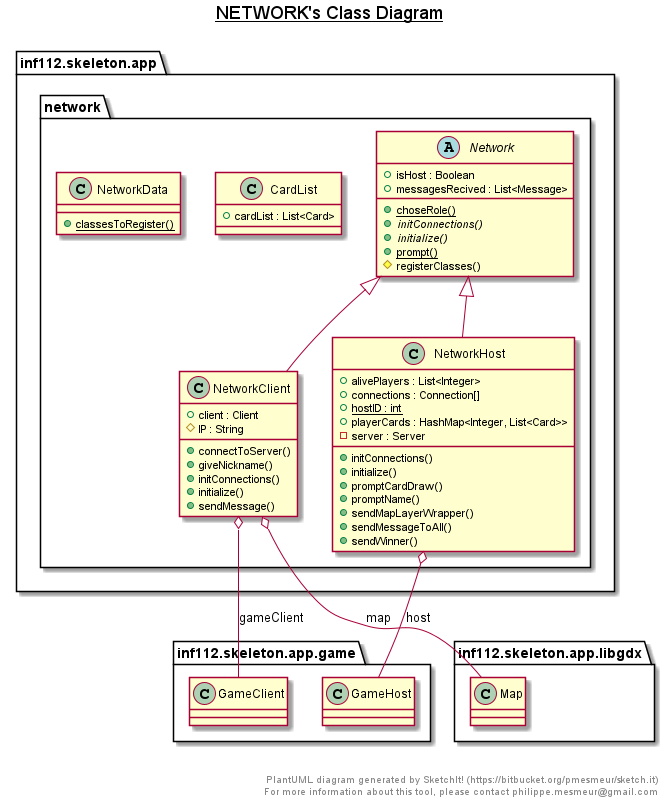
Earlier version of the PlantUML export Structure/Class diagrams/network.png (inf112-v21/Snokarane).
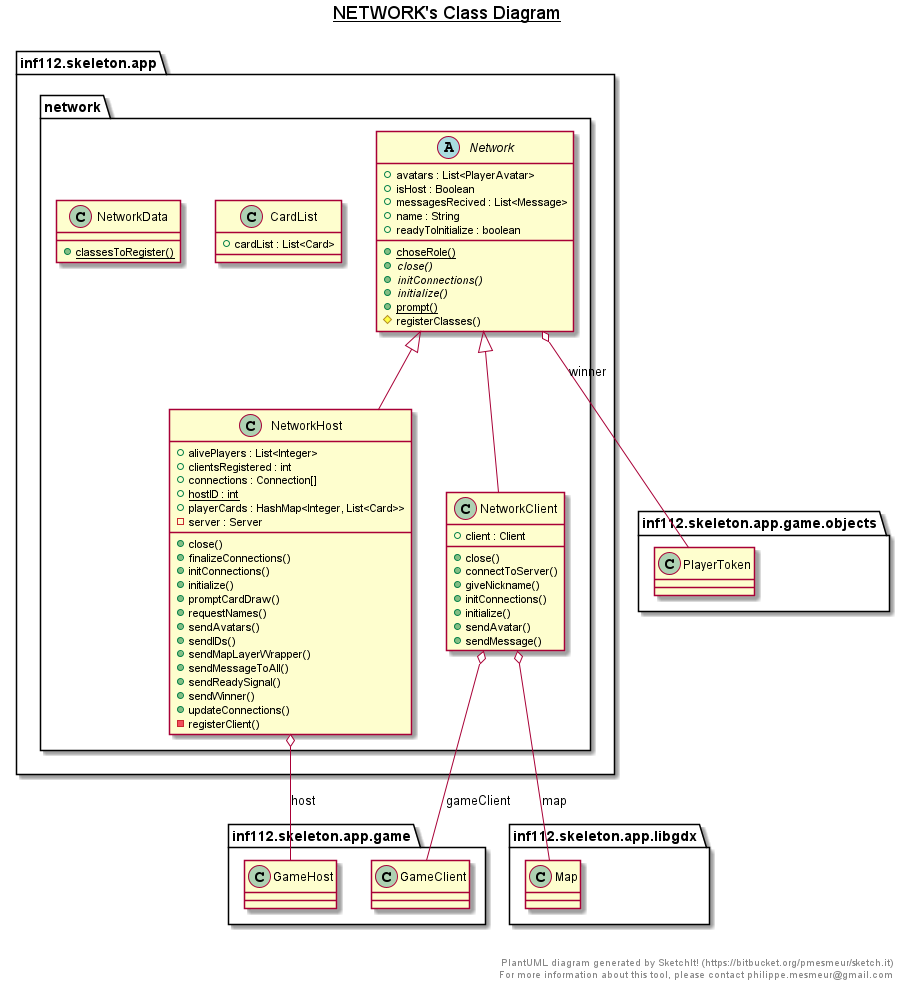
Later version of the same file.

Diff of the diagram source:
```diff
@@ -14,9 +14,13 @@
   namespace inf112.skeleton.app {
     namespace network {
       abstract class inf112.skeleton.app.network.Network {
+          + avatars : List<PlayerAvatar>
           + isHost : Boolean
           + messagesRecived : List<Message>
+          + name : String
+          + readyToInitialize : boolean
           {static} + choseRole()
+          {abstract} + close()
           {abstract} + initConnections()
           {abstract} + initialize()
           {static} + prompt()
@@ -30,11 +34,12 @@
     namespace network {
       class inf112.skeleton.app.network.NetworkClient {
           + client : Client
-          # IP : String
+          + close()
           + connectToServer()
           + giveNickname()
           + initConnections()
           + initialize()
+          + sendAvatar()
           + sendMessage()
       }
     }
@@ -54,22 +59,31 @@
     namespace network {
       class inf112.skeleton.app.network.NetworkHost {
           + alivePlayers : List<Integer>
+          + clientsRegistered : int
           + connections : Connection[]
           {static} + hostID : int
           + playerCards : HashMap<Integer, List<Card>>
           - server : Server
+          + close()
+          + finalizeConnections()
           + initConnections()
           + initialize()
           + promptCardDraw()
-          + promptName()
+          + requestNames()
+          + sendAvatars()
+          + sendIDs()
           + sendMapLayerWrapper()
           + sendMessageToAll()
+          + sendReadySignal()
           + sendWinner()
+          + updateConnections()
+          - registerClient()
       }
     }
   }
 
 
+  inf112.skeleton.app.network.Network o-- inf112.skeleton.app.game.objects.PlayerToken : winner
   inf112.skeleton.app.network.NetworkClient -up-|> inf112.skeleton.app.network.Network
   inf112.skeleton.app.network.NetworkClient o-- inf112.skeleton.app.game.GameClient : gameClient
   inf112.skeleton.app.network.NetworkClient o-- inf112.skeleton.app.libgdx.Map : map
```
